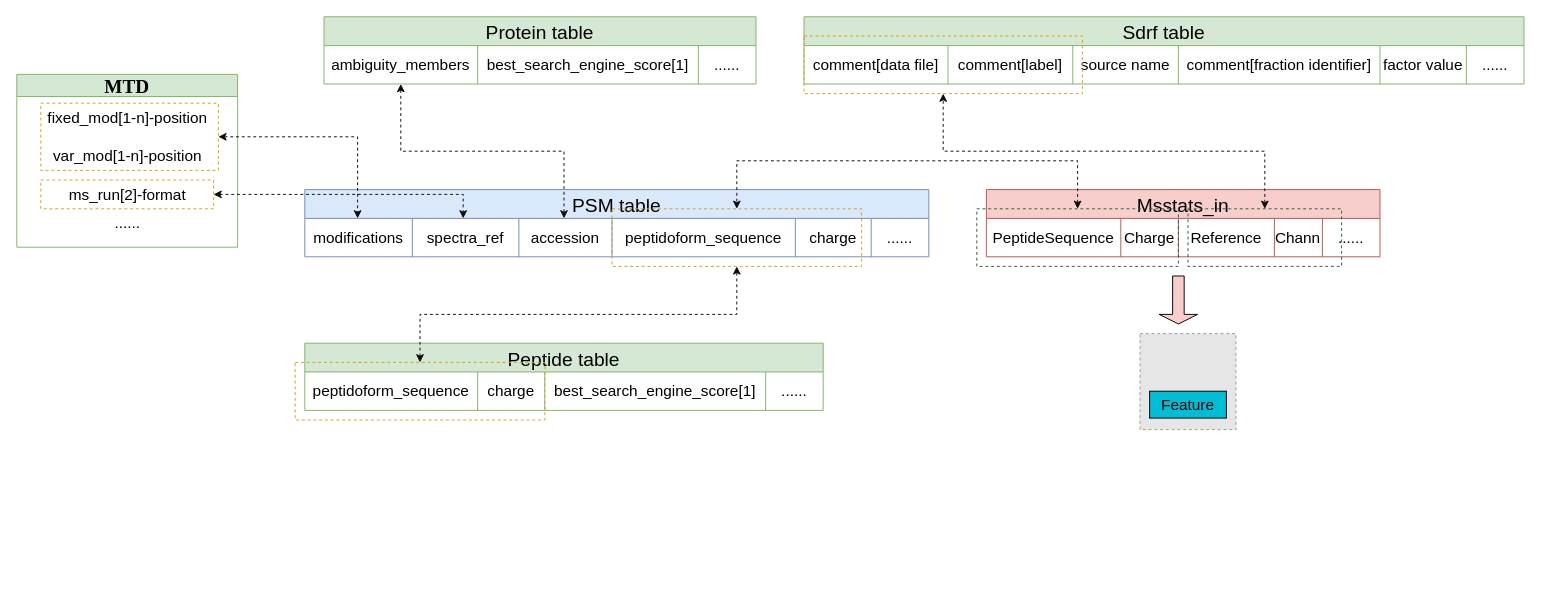
This is 未命名绘图.drawio from zprobot/zprobot, a draw.io file, before an edit. Source tidied: cells renumbered, new cells numbered last; positions are measured from the earlier drawing's top-left corner, leaving out a move shared by most shapes. Both pictures are drawn from the tidied source at 96%, with x=0, y=0 at pixel (16, 16). Pictures stored in the file or linked from it are replaced by grey dashed boxes.
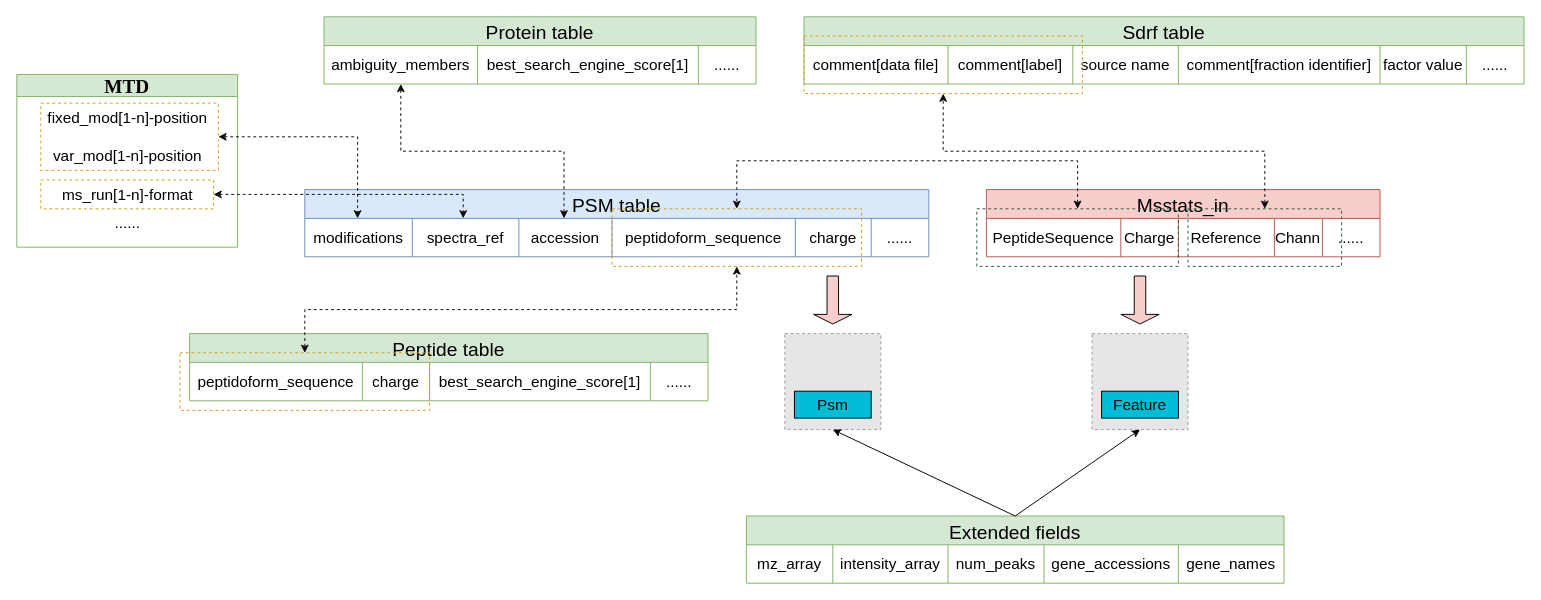
The same page after the edit.

Commit message:
更新未命名绘图.drawio

Unchanged cells that the change refers to:
```xml
<mxCell id="2" value="&lt;font style=&quot;font-size: 20px;&quot; face=&quot;Times New Roman&quot;&gt;MTD&lt;/font&gt;" style="swimlane;whiteSpace=wrap;html=1;fillColor=#d5e8d4;strokeColor=#82b366;" parent="1" vertex="1">
  <mxGeometry y="60" width="230" height="180" as="geometry" />
</mxCell>
```

Change to the diagram source:
```diff
@@
+    <mxCell id="65" style="group;" parent="1" vertex="1">
+      <mxGeometry x="170" y="330" width="550" height="80" as="geometry" />
+    </mxCell>
+    <mxCell id="20" value="Peptide table" style="shape=table;startSize=30;childLayout=tableLayout;strokeColor=#82b366;fontSize=20;fillColor=#d5e8d4;" parent="65" vertex="1">
+      <mxGeometry x="10" width="540" height="70" as="geometry" />
+    </mxCell>
+    <mxCell id="21" style="shape=tableRow;horizontal=0;startSize=0;swimlaneHead=0;swimlaneBody=0;strokeColor=inherit;top=0;left=0;bottom=0;right=0;fillColor=none;fontSize=16;" parent="20" vertex="1">
+      <mxGeometry y="30" width="540" height="40" as="geometry" />
+    </mxCell>
+    <mxCell id="22" value="peptidoform_sequence" style="shape=partialRectangle;html=1;whiteSpace=wrap;strokeColor=inherit;overflow=hidden;fillColor=none;top=0;left=0;bottom=0;right=0;fontSize=16;" parent="21" vertex="1">
+      <mxGeometry width="180" height="40" as="geometry" />
+    </mxCell>
+    <mxCell id="23" value="charge" style="shape=partialRectangle;html=1;whiteSpace=wrap;strokeColor=inherit;overflow=hidden;fillColor=none;top=0;left=0;bottom=0;right=0;fontSize=16;" parent="21" vertex="1">
+      <mxGeometry x="180" width="70" height="40" as="geometry" />
+    </mxCell>
+    <mxCell id="24" value="best_search_engine_score[1]" style="shape=partialRectangle;html=1;whiteSpace=wrap;strokeColor=inherit;overflow=hidden;fillColor=none;top=0;left=0;bottom=0;right=0;fontSize=16;" parent="21" vertex="1">
+      <mxGeometry x="250" width="230" height="40" as="geometry" />
+    </mxCell>
+    <mxCell id="25" value="......" style="shape=partialRectangle;html=1;whiteSpace=wrap;strokeColor=inherit;overflow=hidden;fillColor=none;top=0;left=0;bottom=0;right=0;fontSize=16;" parent="21" vertex="1">
+      <mxGeometry x="480" width="60" height="40" as="geometry" />
+    </mxCell>
+    <mxCell id="46" style="rounded=0;whiteSpace=wrap;html=1;fillColor=none;strokeColor=#d2a016;dashed=1;" parent="65" vertex="1">
+      <mxGeometry y="20" width="260" height="60" as="geometry" />
+    </mxCell>
@@
-    <mxCell id="5" value="&lt;font style=&quot;font-size: 16px;&quot;&gt;ms_run[2]-format&lt;/font&gt;" style="text;html=1;align=center;verticalAlign=middle;strokeColor=none;fillColor=none;" parent="2" vertex="1">
-      <mxGeometry x="40" y="110" width="150" height="30" as="geometry" />
+    <mxCell id="5" value="&lt;font style=&quot;font-size: 16px;&quot;&gt;ms_run[1-n]-format&lt;/font&gt;" style="text;html=1;align=center;verticalAlign=middle;strokeColor=none;fillColor=none;" parent="2" vertex="1">
+      <mxGeometry x="35" y="110" width="160" height="30" as="geometry" />
     </mxCell>
@@
-    <mxCell id="20" value="Peptide table" style="shape=table;startSize=30;childLayout=tableLayout;strokeColor=#82b366;fontSize=20;fillColor=#d5e8d4;" parent="1" vertex="1">
-      <mxGeometry x="300" y="340" width="540" height="70" as="geometry" />
-    </mxCell>
-    <mxCell id="21" style="shape=tableRow;horizontal=0;startSize=0;swimlaneHead=0;swimlaneBody=0;strokeColor=inherit;top=0;left=0;bottom=0;right=0;fillColor=none;fontSize=16;" parent="20" vertex="1">
-      <mxGeometry y="30" width="540" height="40" as="geometry" />
-    </mxCell>
-    <mxCell id="22" value="peptidoform_sequence" style="shape=partialRectangle;html=1;whiteSpace=wrap;strokeColor=inherit;overflow=hidden;fillColor=none;top=0;left=0;bottom=0;right=0;fontSize=16;" parent="21" vertex="1">
-      <mxGeometry width="180" height="40" as="geometry" />
-    </mxCell>
-    <mxCell id="23" value="charge" style="shape=partialRectangle;html=1;whiteSpace=wrap;strokeColor=inherit;overflow=hidden;fillColor=none;top=0;left=0;bottom=0;right=0;fontSize=16;" parent="21" vertex="1">
-      <mxGeometry x="180" width="70" height="40" as="geometry" />
-    </mxCell>
-    <mxCell id="24" value="best_search_engine_score[1]" style="shape=partialRectangle;html=1;whiteSpace=wrap;strokeColor=inherit;overflow=hidden;fillColor=none;top=0;left=0;bottom=0;right=0;fontSize=16;" parent="21" vertex="1">
-      <mxGeometry x="250" width="230" height="40" as="geometry" />
-    </mxCell>
-    <mxCell id="25" value="......" style="shape=partialRectangle;html=1;whiteSpace=wrap;strokeColor=inherit;overflow=hidden;fillColor=none;top=0;left=0;bottom=0;right=0;fontSize=16;" parent="21" vertex="1">
-      <mxGeometry x="480" width="60" height="40" as="geometry" />
-    </mxCell>
@@
-    <mxCell id="46" style="rounded=0;whiteSpace=wrap;html=1;fillColor=none;strokeColor=#d2a016;dashed=1;" parent="1" vertex="1">
-      <mxGeometry x="290" y="360" width="260" height="60" as="geometry" />
-    </mxCell>
@@
     <mxCell id="62" style="shape=singleArrow;direction=south;whiteSpace=wrap;html=1;fillColor=#f8cecc;" parent="1" vertex="1">
-      <mxGeometry x="1190" y="270" width="40" height="50" as="geometry" />
+      <mxGeometry x="1150" y="270" width="40" height="50" as="geometry" />
     </mxCell>
+    <mxCell id="66" style="group;" parent="1" vertex="1">
+      <mxGeometry x="1120" y="330" width="100" height="100" as="geometry" />
+    </mxCell>
-    <mxCell id="63" style="fillColor=#E6E6E6;strokeColor=#999999;dashed=1;verticalLabelPosition=bottom;verticalAlign=top;" parent="1" vertex="1">
-      <mxGeometry x="1170" y="330" width="100" height="100" as="geometry" />
+    <mxCell id="63" style="fillColor=#E6E6E6;strokeColor=#999999;dashed=1;verticalLabelPosition=bottom;verticalAlign=top;" parent="66" vertex="1">
+      <mxGeometry width="100" height="100" as="geometry" />
     </mxCell>
-    <mxCell id="64" value="&lt;font style=&quot;font-size: 16px;&quot;&gt;Feature&lt;/font&gt;" style="rounded=0;whiteSpace=wrap;html=1;fillColor=#00bcd4;" parent="1" vertex="1">
-      <mxGeometry x="1180" y="390" width="80" height="28" as="geometry" />
+    <mxCell id="64" value="&lt;font style=&quot;font-size: 16px;&quot;&gt;Feature&lt;/font&gt;" style="rounded=0;whiteSpace=wrap;html=1;fillColor=#00bcd4;" parent="66" vertex="1">
+      <mxGeometry x="10" y="60" width="80" height="28" as="geometry" />
     </mxCell>
+    <mxCell id="67" value="Extended fields" style="shape=table;startSize=30;childLayout=tableLayout;strokeColor=#82b366;fontSize=20;fillColor=#d5e8d4;" parent="1" vertex="1">
+      <mxGeometry x="760" y="520" width="560" height="70" as="geometry" />
+    </mxCell>
+    <mxCell id="68" style="shape=tableRow;horizontal=0;startSize=0;swimlaneHead=0;swimlaneBody=0;strokeColor=inherit;top=0;left=0;bottom=0;right=0;fillColor=none;fontSize=16;" parent="67" vertex="1">
+      <mxGeometry y="30" width="560" height="40" as="geometry" />
+    </mxCell>
+    <mxCell id="69" value="mz_array" style="shape=partialRectangle;html=1;whiteSpace=wrap;strokeColor=inherit;overflow=hidden;fillColor=none;top=0;left=0;bottom=0;right=0;fontSize=16;" parent="68" vertex="1">
+      <mxGeometry width="90" height="40" as="geometry" />
+    </mxCell>
+    <mxCell id="70" value="intensity_array" style="shape=partialRectangle;html=1;whiteSpace=wrap;strokeColor=inherit;overflow=hidden;fillColor=none;top=0;left=0;bottom=0;right=0;fontSize=16;" parent="68" vertex="1">
+      <mxGeometry x="90" width="120" height="40" as="geometry" />
+    </mxCell>
+    <mxCell id="71" value="num_peaks" style="shape=partialRectangle;html=1;whiteSpace=wrap;strokeColor=inherit;overflow=hidden;fillColor=none;top=0;left=0;bottom=0;right=0;fontSize=16;" parent="68" vertex="1">
+      <mxGeometry x="210" width="100" height="40" as="geometry" />
+    </mxCell>
+    <mxCell id="72" value="gene_accessions" style="shape=partialRectangle;html=1;whiteSpace=wrap;strokeColor=inherit;overflow=hidden;fillColor=none;top=0;left=0;bottom=0;right=0;fontSize=16;" parent="68" vertex="1">
+      <mxGeometry x="310" width="140" height="40" as="geometry" />
+    </mxCell>
+    <mxCell id="73" value="gene_names" style="shape=partialRectangle;html=1;whiteSpace=wrap;strokeColor=inherit;overflow=hidden;fillColor=none;top=0;left=0;bottom=0;right=0;fontSize=16;" parent="68" vertex="1">
+      <mxGeometry x="450" width="110" height="40" as="geometry" />
+    </mxCell>
+    <mxCell id="74" style="shape=singleArrow;direction=south;whiteSpace=wrap;html=1;fillColor=#f8cecc;" parent="1" vertex="1">
+      <mxGeometry x="830" y="270" width="40" height="50" as="geometry" />
+    </mxCell>
+    <mxCell id="75" style="group;" parent="1" vertex="1">
+      <mxGeometry x="800" y="330" width="100" height="100" as="geometry" />
+    </mxCell>
+    <mxCell id="76" style="fillColor=#E6E6E6;strokeColor=#999999;dashed=1;verticalLabelPosition=bottom;verticalAlign=top;" parent="75" vertex="1">
+      <mxGeometry width="100" height="100" as="geometry" />
+    </mxCell>
+    <mxCell id="77" value="&lt;font style=&quot;font-size: 16px;&quot;&gt;Psm&lt;/font&gt;" style="rounded=0;whiteSpace=wrap;html=1;fillColor=#00bcd4;" parent="75" vertex="1">
+      <mxGeometry x="10" y="60" width="80" height="28" as="geometry" />
+    </mxCell>
+    <mxCell id="78" style="endArrow=classic;html=1;rounded=0;exitX=0.5;exitY=0;exitDx=0;exitDy=0;entryX=0.5;entryY=1;entryDx=0;entryDy=0;" parent="1" edge="1" source="67" target="63">
+      <mxGeometry relative="1" as="geometry" />
+    </mxCell>
+    <mxCell id="79" style="endArrow=classic;html=1;rounded=0;exitX=0.5;exitY=0;exitDx=0;exitDy=0;entryX=0.5;entryY=1;entryDx=0;entryDy=0;" parent="1" edge="1" source="67" target="76">
+      <mxGeometry relative="1" as="geometry" />
+    </mxCell>
```
